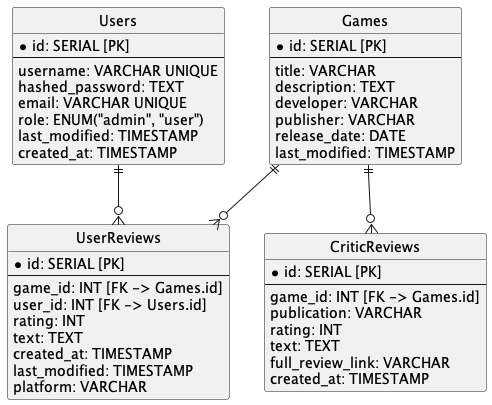
Above: sql_model/er.png in moevm/nosql1h25-review (PlantUML), before the change. Its source is kept beside it as sql_model/er.puml. The source it was exported from:
```plantuml
@startuml
hide circle

entity Games {
  * id: SERIAL [PK]
  --
  title: VARCHAR
  description: TEXT
  developer: VARCHAR
  publisher: VARCHAR
  release_date: DATE
  last_modified: TIMESTAMP
}

entity Users {
  * id: SERIAL [PK]
  --
  username: VARCHAR UNIQUE
  hashed_password: TEXT
  email: VARCHAR UNIQUE
  role: ENUM("admin", "user")
  last_modified: TIMESTAMP
  created_at: TIMESTAMP
}

entity UserReviews {
  * id: SERIAL [PK]
  --
  game_id: INT [FK -> Games.id]
  user_id: INT [FK -> Users.id]
  rating: INT
  text: TEXT
  created_at: TIMESTAMP
  last_modified: TIMESTAMP
  platform: VARCHAR
}

entity CriticReviews {
  * id: SERIAL [PK]
  --
  game_id: INT [FK -> Games.id]
  publication: VARCHAR
  rating: INT
  text: TEXT
  full_review_link: VARCHAR
  created_at: TIMESTAMP
}


Users ||--o{ UserReviews
Games ||--o{ UserReviews
Games ||--o{ CriticReviews


@enduml
```
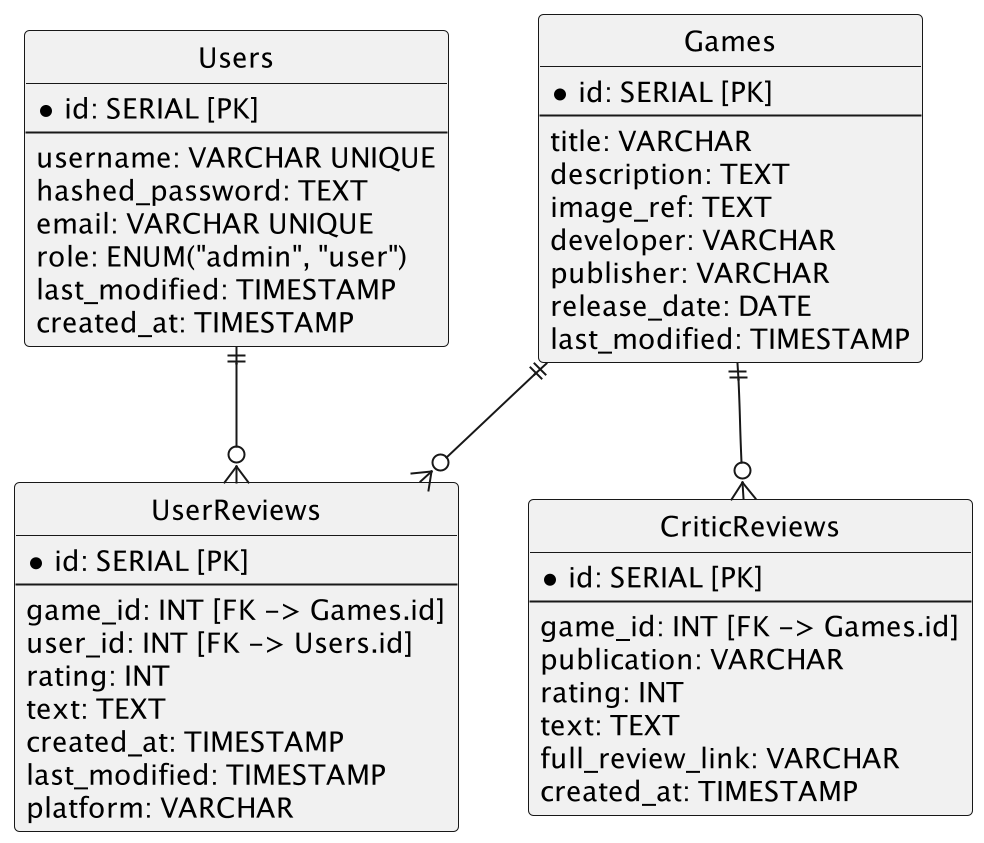
After the change.

Commit message:
add image_ref to Games table

Change to the diagram source:
```diff
@@ -6,6 +6,7 @@
   --
   title: VARCHAR
   description: TEXT
+  image_ref: TEXT
   developer: VARCHAR
   publisher: VARCHAR
   release_date: DATE
```
